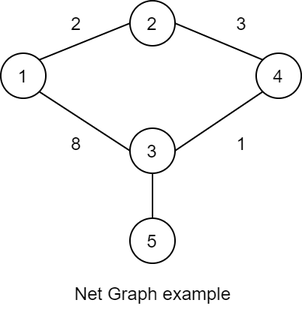
Above: NetGraph-example.png in GCCG/puppy (draw.io), before the change. Source tidied: cells renumbered, new cells last; positions are measured from the earlier drawing's top-left corner, leaving out a move shared by most shapes. The source it was exported from:
```xml
<mxGraphModel>
  <root>
    <mxCell id="0" />
    <mxCell id="1" parent="0" />
    <mxCell id="2" style="group;" parent="1" vertex="1">
      <mxGeometry width="200" height="205" as="geometry" />
    </mxCell>
    <mxCell id="3" value="Net Graph example" style="text;html=1;align=center;verticalAlign=middle;" parent="2" vertex="1">
      <mxGeometry x="41" y="185" width="120" height="20" as="geometry" />
    </mxCell>
    <mxCell id="4" value="1" style="ellipse;whiteSpace=wrap;html=1;" parent="2" vertex="1">
      <mxGeometry y="35" width="30" height="30" as="geometry" />
    </mxCell>
    <mxCell id="5" value="5" style="ellipse;whiteSpace=wrap;html=1;" parent="2" vertex="1">
      <mxGeometry x="86" y="145" width="30" height="30" as="geometry" />
    </mxCell>
    <mxCell id="6" value="4" style="ellipse;whiteSpace=wrap;html=1;" parent="2" vertex="1">
      <mxGeometry x="170" y="35" width="30" height="30" as="geometry" />
    </mxCell>
    <mxCell id="7" style="edgeStyle=none;rounded=0;jettySize=auto;html=1;exitX=1;exitY=0.5;exitDx=0;exitDy=0;entryX=0;entryY=1;entryDx=0;entryDy=0;endArrow=none;endFill=0;" parent="2" edge="1" source="9" target="6">
      <mxGeometry relative="1" as="geometry" />
    </mxCell>
    <mxCell id="8" style="edgeStyle=none;rounded=0;jettySize=auto;html=1;exitX=0.5;exitY=1;exitDx=0;exitDy=0;entryX=0.5;entryY=0;entryDx=0;entryDy=0;endArrow=none;endFill=0;" parent="2" edge="1" source="9" target="5">
      <mxGeometry relative="1" as="geometry" />
    </mxCell>
    <mxCell id="9" value="3" style="ellipse;whiteSpace=wrap;html=1;" parent="2" vertex="1">
      <mxGeometry x="86" y="85" width="30" height="30" as="geometry" />
    </mxCell>
    <mxCell id="10" style="edgeStyle=none;rounded=0;jettySize=auto;html=1;exitX=1;exitY=1;exitDx=0;exitDy=0;entryX=0;entryY=0.5;entryDx=0;entryDy=0;endArrow=none;endFill=0;" parent="2" edge="1" source="4" target="9">
      <mxGeometry relative="1" as="geometry" />
    </mxCell>
    <mxCell id="11" style="edgeStyle=none;rounded=0;jettySize=auto;html=1;exitX=1;exitY=0.5;exitDx=0;exitDy=0;entryX=0;entryY=0;entryDx=0;entryDy=0;endArrow=none;endFill=0;" parent="2" edge="1" source="12" target="6">
      <mxGeometry relative="1" as="geometry" />
    </mxCell>
    <mxCell id="12" value="2" style="ellipse;whiteSpace=wrap;html=1;" parent="2" vertex="1">
      <mxGeometry x="86" width="30" height="30" as="geometry" />
    </mxCell>
    <mxCell id="13" style="rounded=0;jettySize=auto;html=1;exitX=1;exitY=0;exitDx=0;exitDy=0;entryX=0;entryY=0.5;entryDx=0;entryDy=0;endArrow=none;endFill=0;" parent="2" edge="1" source="4" target="12">
      <mxGeometry relative="1" as="geometry" />
    </mxCell>
    <mxCell id="14" value="2" style="text;html=1;align=center;verticalAlign=middle;" parent="2" vertex="1">
      <mxGeometry x="40" y="5" width="20" height="20" as="geometry" />
    </mxCell>
    <mxCell id="15" value="3" style="text;html=1;align=center;verticalAlign=middle;" parent="2" vertex="1">
      <mxGeometry x="150" y="5" width="20" height="20" as="geometry" />
    </mxCell>
    <mxCell id="16" value="8" style="text;html=1;align=center;verticalAlign=middle;" parent="2" vertex="1">
      <mxGeometry x="40" y="85" width="20" height="20" as="geometry" />
    </mxCell>
    <mxCell id="17" value="1" style="text;html=1;align=center;verticalAlign=middle;" parent="2" vertex="1">
      <mxGeometry x="150" y="85" width="20" height="20" as="geometry" />
    </mxCell>
  </root>
</mxGraphModel>
```
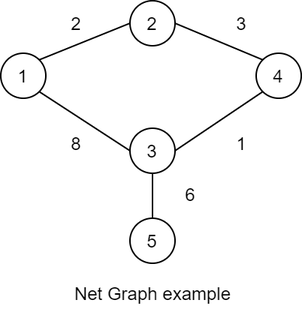
Later version of the same file.

The edit, as a diff of the source:
```diff
@@ -5,50 +5,56 @@
     <mxCell id="2" style="group;" parent="1" vertex="1">
       <mxGeometry width="200" height="205" as="geometry" />
     </mxCell>
-    <mxCell id="3" value="Net Graph example" style="text;html=1;align=center;verticalAlign=middle;" parent="2" vertex="1">
-      <mxGeometry x="41" y="185" width="120" height="20" as="geometry" />
+    <mxCell id="3" style="group;" parent="2" vertex="1">
+      <mxGeometry width="200" height="205" as="geometry" />
     </mxCell>
-    <mxCell id="4" value="1" style="ellipse;whiteSpace=wrap;html=1;" parent="2" vertex="1">
-      <mxGeometry y="35" width="30" height="30" as="geometry" />
+    <mxCell id="4" value="Net Graph example" style="text;html=1;align=center;verticalAlign=middle;points=[];" parent="3" vertex="1">
+      <mxGeometry x="41" y="185" width="120" height="20" as="geometry" />
     </mxCell>
-    <mxCell id="5" value="5" style="ellipse;whiteSpace=wrap;html=1;" parent="2" vertex="1">
-      <mxGeometry x="86" y="145" width="30" height="30" as="geometry" />
+    <mxCell id="5" value="1" style="ellipse;whiteSpace=wrap;html=1;" parent="3" vertex="1">
+      <mxGeometry y="35" width="30" height="30" as="geometry" />
     </mxCell>
-    <mxCell id="6" value="4" style="ellipse;whiteSpace=wrap;html=1;" parent="2" vertex="1">
-      <mxGeometry x="170" y="35" width="30" height="30" as="geometry" />
+    <mxCell id="6" value="5" style="ellipse;whiteSpace=wrap;html=1;" parent="3" vertex="1">
+      <mxGeometry x="86" y="145" width="30" height="30" as="geometry" />
     </mxCell>
-    <mxCell id="7" style="edgeStyle=none;rounded=0;jettySize=auto;html=1;exitX=1;exitY=0.5;exitDx=0;exitDy=0;entryX=0;entryY=1;entryDx=0;entryDy=0;endArrow=none;endFill=0;" parent="2" edge="1" source="9" target="6">
-      <mxGeometry relative="1" as="geometry" />
+    <mxCell id="7" value="4" style="ellipse;whiteSpace=wrap;html=1;" parent="3" vertex="1">
+      <mxGeometry x="170" y="35" width="30" height="30" as="geometry" />
     </mxCell>
-    <mxCell id="8" style="edgeStyle=none;rounded=0;jettySize=auto;html=1;exitX=0.5;exitY=1;exitDx=0;exitDy=0;entryX=0.5;entryY=0;entryDx=0;entryDy=0;endArrow=none;endFill=0;" parent="2" edge="1" source="9" target="5">
+    <mxCell id="8" style="edgeStyle=none;rounded=0;jettySize=auto;html=1;exitX=1;exitY=0.5;exitDx=0;exitDy=0;entryX=0;entryY=1;entryDx=0;entryDy=0;endArrow=none;endFill=0;" parent="3" edge="1" source="10" target="7">
       <mxGeometry relative="1" as="geometry" />
     </mxCell>
-    <mxCell id="9" value="3" style="ellipse;whiteSpace=wrap;html=1;" parent="2" vertex="1">
-      <mxGeometry x="86" y="85" width="30" height="30" as="geometry" />
+    <mxCell id="9" style="edgeStyle=none;rounded=0;jettySize=auto;html=1;exitX=0.5;exitY=1;exitDx=0;exitDy=0;entryX=0.5;entryY=0;entryDx=0;entryDy=0;endArrow=none;endFill=0;" parent="3" edge="1" source="10" target="6">
+      <mxGeometry relative="1" as="geometry" />
     </mxCell>
-    <mxCell id="10" style="edgeStyle=none;rounded=0;jettySize=auto;html=1;exitX=1;exitY=1;exitDx=0;exitDy=0;entryX=0;entryY=0.5;entryDx=0;entryDy=0;endArrow=none;endFill=0;" parent="2" edge="1" source="4" target="9">
-      <mxGeometry relative="1" as="geometry" />
+    <mxCell id="10" value="3" style="ellipse;whiteSpace=wrap;html=1;" parent="3" vertex="1">
+      <mxGeometry x="86" y="85" width="30" height="30" as="geometry" />
     </mxCell>
-    <mxCell id="11" style="edgeStyle=none;rounded=0;jettySize=auto;html=1;exitX=1;exitY=0.5;exitDx=0;exitDy=0;entryX=0;entryY=0;entryDx=0;entryDy=0;endArrow=none;endFill=0;" parent="2" edge="1" source="12" target="6">
+    <mxCell id="11" style="edgeStyle=none;rounded=0;jettySize=auto;html=1;exitX=1;exitY=1;exitDx=0;exitDy=0;entryX=0;entryY=0.5;entryDx=0;entryDy=0;endArrow=none;endFill=0;" parent="3" edge="1" source="5" target="10">
       <mxGeometry relative="1" as="geometry" />
     </mxCell>
-    <mxCell id="12" value="2" style="ellipse;whiteSpace=wrap;html=1;" parent="2" vertex="1">
-      <mxGeometry x="86" width="30" height="30" as="geometry" />
+    <mxCell id="12" style="edgeStyle=none;rounded=0;jettySize=auto;html=1;exitX=1;exitY=0.5;exitDx=0;exitDy=0;entryX=0;entryY=0;entryDx=0;entryDy=0;endArrow=none;endFill=0;" parent="3" edge="1" source="13" target="7">
+      <mxGeometry relative="1" as="geometry" />
     </mxCell>
-    <mxCell id="13" style="rounded=0;jettySize=auto;html=1;exitX=1;exitY=0;exitDx=0;exitDy=0;entryX=0;entryY=0.5;entryDx=0;entryDy=0;endArrow=none;endFill=0;" parent="2" edge="1" source="4" target="12">
-      <mxGeometry relative="1" as="geometry" />
+    <mxCell id="13" value="2" style="ellipse;whiteSpace=wrap;html=1;" parent="3" vertex="1">
+      <mxGeometry x="86" width="30" height="30" as="geometry" />
     </mxCell>
-    <mxCell id="14" value="2" style="text;html=1;align=center;verticalAlign=middle;" parent="2" vertex="1">
-      <mxGeometry x="40" y="5" width="20" height="20" as="geometry" />
+    <mxCell id="14" style="rounded=0;jettySize=auto;html=1;exitX=1;exitY=0;exitDx=0;exitDy=0;entryX=0;entryY=0.5;entryDx=0;entryDy=0;endArrow=none;endFill=0;" parent="3" edge="1" source="5" target="13">
+      <mxGeometry relative="1" as="geometry" />
     </mxCell>
-    <mxCell id="15" value="3" style="text;html=1;align=center;verticalAlign=middle;" parent="2" vertex="1">
-      <mxGeometry x="150" y="5" width="20" height="20" as="geometry" />
+    <mxCell id="15" value="2" style="text;html=1;align=center;verticalAlign=middle;" parent="3" vertex="1">
+      <mxGeometry x="40" y="5" width="20" height="20" as="geometry" />
     </mxCell>
-    <mxCell id="16" value="8" style="text;html=1;align=center;verticalAlign=middle;" parent="2" vertex="1">
-      <mxGeometry x="40" y="85" width="20" height="20" as="geometry" />
+    <mxCell id="16" value="3" style="text;html=1;align=center;verticalAlign=middle;" parent="3" vertex="1">
+      <mxGeometry x="150" y="5" width="20" height="20" as="geometry" />
     </mxCell>
-    <mxCell id="17" value="1" style="text;html=1;align=center;verticalAlign=middle;" parent="2" vertex="1">
-      <mxGeometry x="150" y="85" width="20" height="20" as="geometry" />
+    <mxCell id="17" value="8" style="text;html=1;align=center;verticalAlign=middle;" parent="3" vertex="1">
+      <mxGeometry x="40" y="85" width="20" height="20" as="geometry" />
     </mxCell>
+    <mxCell id="18" value="1" style="text;html=1;align=center;verticalAlign=middle;" parent="3" vertex="1">
+      <mxGeometry x="150" y="85" width="20" height="20" as="geometry" />
+    </mxCell>
+    <mxCell id="19" value="6" style="text;html=1;align=center;verticalAlign=middle;" parent="3" vertex="1">
+      <mxGeometry x="116" y="119" width="20" height="20" as="geometry" />
+    </mxCell>
   </root>
 </mxGraphModel>
```
